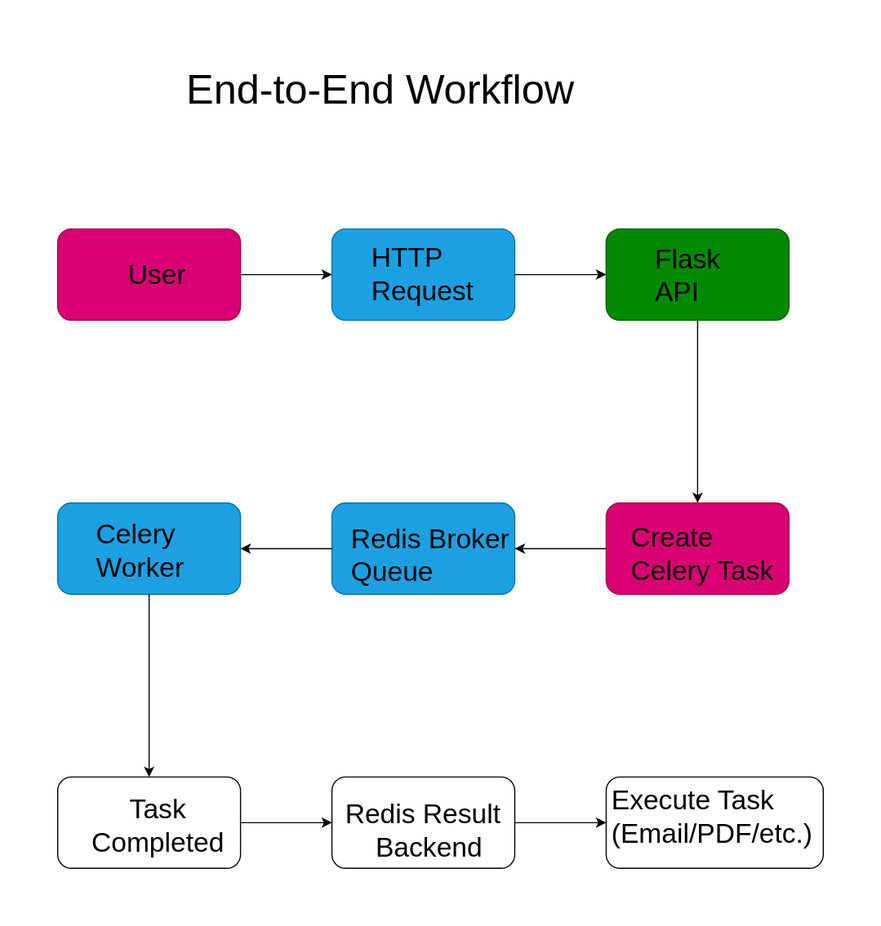
The draw.io diagram Lab/Lab_1/image/End-to-End Workflow.drawio.svg in iftakhar-323/lab, before a commit. Source tidied: cells renumbered, new cells last; positions are measured from the earlier drawing's top-left corner, leaving out a move shared by most shapes.
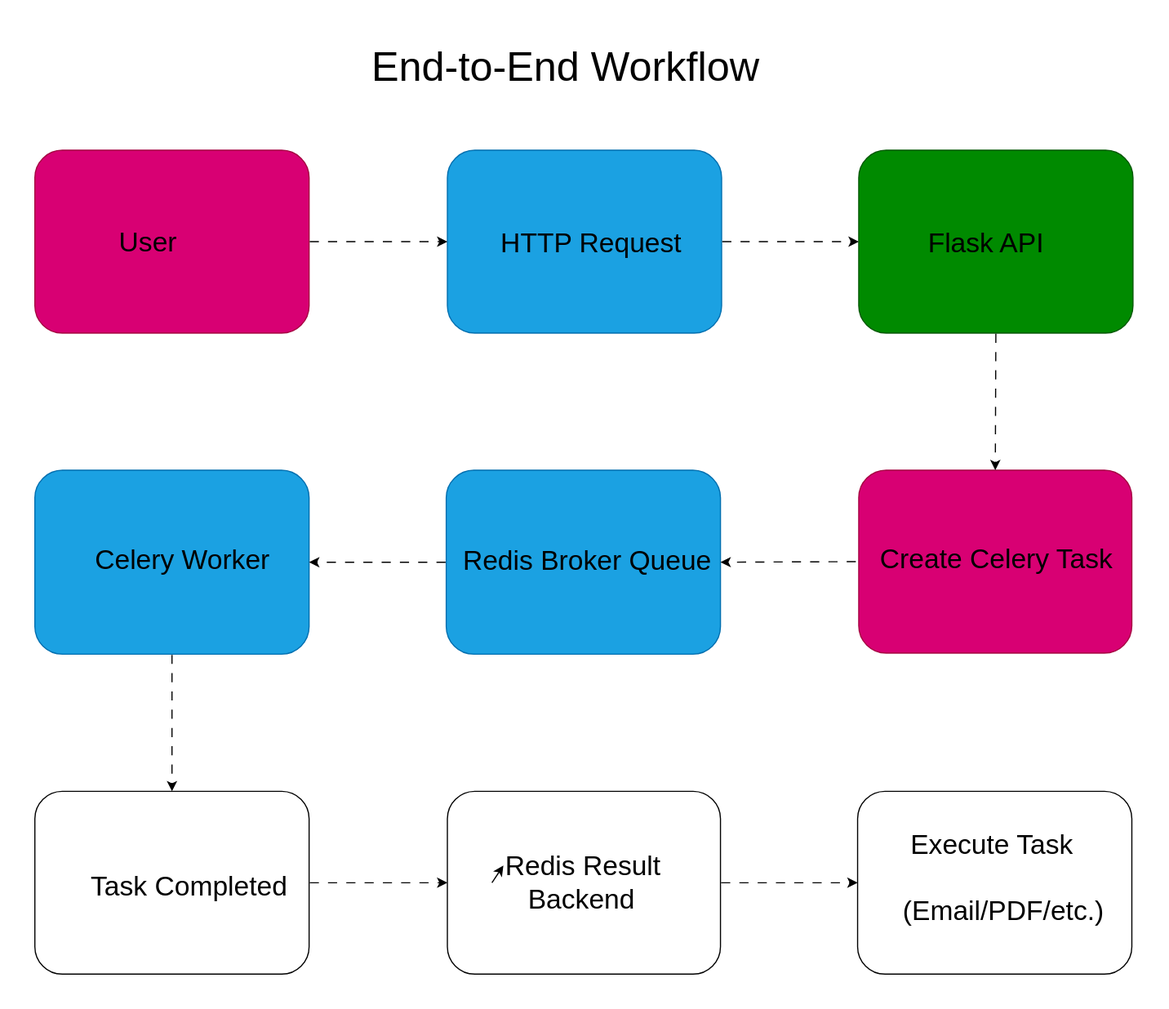
Above is the later version.

What changed in the source:
```diff
@@ -2,102 +2,93 @@
   <root>
     <mxCell id="0" />
     <mxCell id="1" parent="0" />
-    <mxCell id="2" style="rounded=1;whiteSpace=wrap;html=1;fillColor=#d80073;fontColor=#ffffff;strokeColor=#A50040;" parent="1" vertex="1">
-      <mxGeometry y="150" width="160" height="80" as="geometry" />
-    </mxCell>
-    <mxCell id="3" style="rounded=1;whiteSpace=wrap;html=1;fillColor=#008a00;fontColor=#ffffff;strokeColor=#005700;" parent="1" vertex="1">
-      <mxGeometry x="480" y="150" width="160" height="80" as="geometry" />
-    </mxCell>
-    <mxCell id="4" style="rounded=1;whiteSpace=wrap;html=1;fillColor=#1ba1e2;fontColor=#ffffff;strokeColor=#006EAF;" parent="1" vertex="1">
-      <mxGeometry x="240" y="150" width="160" height="80" as="geometry" />
-    </mxCell>
-    <mxCell id="5" style="rounded=1;whiteSpace=wrap;html=1;fillColor=#d80073;fontColor=#ffffff;strokeColor=#A50040;" parent="1" vertex="1">
-      <mxGeometry x="480" y="390" width="160" height="80" as="geometry" />
-    </mxCell>
-    <mxCell id="6" style="rounded=1;whiteSpace=wrap;html=1;fillColor=light-dark(#FFFFFF,#FF66B3);" parent="1" vertex="1">
-      <mxGeometry x="480" y="630" width="190" height="80" as="geometry" />
-    </mxCell>
-    <mxCell id="7" style="rounded=1;whiteSpace=wrap;html=1;fillColor=light-dark(#FFFFFF,#FF6666);" parent="1" vertex="1">
-      <mxGeometry x="240" y="630" width="160" height="80" as="geometry" />
-    </mxCell>
-    <mxCell id="8" style="rounded=1;whiteSpace=wrap;html=1;fillColor=light-dark(#FFFFFF,#9AC7BF);" parent="1" vertex="1">
-      <mxGeometry y="630" width="160" height="80" as="geometry" />
-    </mxCell>
-    <mxCell id="9" style="rounded=1;whiteSpace=wrap;html=1;fillColor=#1ba1e2;fontColor=#ffffff;strokeColor=#006EAF;" parent="1" vertex="1">
-      <mxGeometry y="390" width="160" height="80" as="geometry" />
-    </mxCell>
-    <mxCell id="10" style="rounded=1;whiteSpace=wrap;html=1;fillColor=#1ba1e2;fontColor=#ffffff;strokeColor=#006EAF;" parent="1" vertex="1">
-      <mxGeometry x="240" y="390" width="160" height="80" as="geometry" />
-    </mxCell>
+    <mxCell id="29" style="rounded=1;whiteSpace=wrap;html=1;fillColor=light-dark(#D80073,#CCFFFF);fontColor=#ffffff;strokeColor=#A50040;" parent="1" vertex="1">
+      <mxGeometry y="29" width="240" height="160" as="geometry" />
+    </mxCell>
+    <mxCell id="30" style="rounded=1;whiteSpace=wrap;html=1;fillColor=light-dark(#008A00,#CCFFFF);fontColor=#ffffff;strokeColor=#005700;" parent="1" vertex="1">
+      <mxGeometry x="721" y="29" width="240" height="160" as="geometry" />
+    </mxCell>
+    <mxCell id="31" style="rounded=1;whiteSpace=wrap;html=1;fillColor=light-dark(#1BA1E2,#CCFFFF);fontColor=#ffffff;strokeColor=#006EAF;" parent="1" vertex="1">
+      <mxGeometry x="361" y="29" width="240" height="160" as="geometry" />
+    </mxCell>
+    <mxCell id="32" style="rounded=1;whiteSpace=wrap;html=1;fillColor=light-dark(#D80073,#CCFFFF);fontColor=#ffffff;strokeColor=#A50040;" parent="1" vertex="1">
+      <mxGeometry x="721" y="309" width="239" height="160" as="geometry" />
+    </mxCell>
+    <mxCell id="33" style="rounded=1;whiteSpace=wrap;html=1;fillColor=light-dark(#FFFFFF,#CCFFFF);" parent="1" vertex="1">
+      <mxGeometry x="720" y="590" width="240" height="160" as="geometry" />
+    </mxCell>
+    <mxCell id="34" style="rounded=1;whiteSpace=wrap;html=1;fillColor=light-dark(#FFFFFF,#CCFFFF);" parent="1" vertex="1">
+      <mxGeometry x="361" y="590" width="239" height="160" as="geometry" />
+    </mxCell>
+    <mxCell id="35" style="rounded=1;whiteSpace=wrap;html=1;fillColor=light-dark(#FFFFFF,#CCFFFF);" parent="1" vertex="1">
+      <mxGeometry y="590" width="240" height="160" as="geometry" />
+    </mxCell>
+    <mxCell id="36" style="rounded=1;whiteSpace=wrap;html=1;fillColor=light-dark(#1BA1E2,#CCFFFF);fontColor=#ffffff;strokeColor=#006EAF;" parent="1" vertex="1">
+      <mxGeometry y="309" width="240" height="161" as="geometry" />
+    </mxCell>
+    <mxCell id="37" style="rounded=1;whiteSpace=wrap;html=1;fillColor=light-dark(#1BA1E2,#CCFFFF);fontColor=#ffffff;strokeColor=#006EAF;" parent="1" vertex="1">
+      <mxGeometry x="360" y="309" width="240" height="161" as="geometry" />
+    </mxCell>
     <mxCell id="11" value="&lt;font style=&quot;font-size: 36px;&quot;&gt;End-to-End Workflow&lt;/font&gt;" style="text;whiteSpace=wrap;html=1;" parent="1" vertex="1">
-      <mxGeometry x="111" width="480" height="40" as="geometry" />
+      <mxGeometry x="293" y="-72" width="480" height="40" as="geometry" />
     </mxCell>
-    <mxCell id="12" style="endArrow=classic;html=1;rounded=0;entryX=0;entryY=0.5;entryDx=0;entryDy=0;" parent="1" edge="1" target="4">
-      <mxGeometry relative="1" as="geometry">
-        <mxPoint x="160" y="190" as="sourcePoint" />
-      </mxGeometry>
-    </mxCell>
-    <mxCell id="13" style="endArrow=classic;html=1;rounded=0;entryX=0;entryY=0.5;entryDx=0;entryDy=0;" parent="1" edge="1" target="3">
-      <mxGeometry relative="1" as="geometry">
-        <mxPoint x="400" y="190" as="sourcePoint" />
-      </mxGeometry>
-    </mxCell>
-    <mxCell id="14" style="endArrow=classic;html=1;rounded=0;entryX=0.5;entryY=0;entryDx=0;entryDy=0;" parent="1" edge="1" target="5">
-      <mxGeometry relative="1" as="geometry">
-        <mxPoint x="560" y="230" as="sourcePoint" />
-      </mxGeometry>
-    </mxCell>
-    <mxCell id="15" style="endArrow=classic;html=1;rounded=0;" parent="1" edge="1" target="10">
-      <mxGeometry relative="1" as="geometry">
-        <mxPoint x="480" y="430" as="sourcePoint" />
-      </mxGeometry>
-    </mxCell>
-    <mxCell id="16" style="endArrow=classic;html=1;rounded=0;entryX=1;entryY=0.5;entryDx=0;entryDy=0;" parent="1" edge="1" target="9">
-      <mxGeometry relative="1" as="geometry">
-        <mxPoint x="240" y="430" as="sourcePoint" />
-      </mxGeometry>
-    </mxCell>
-    <mxCell id="17" style="endArrow=classic;html=1;rounded=0;" parent="1" edge="1" target="8">
-      <mxGeometry relative="1" as="geometry">
-        <mxPoint x="80" y="470" as="sourcePoint" />
-      </mxGeometry>
-    </mxCell>
-    <mxCell id="18" style="endArrow=classic;html=1;rounded=0;entryX=0;entryY=0.5;entryDx=0;entryDy=0;" parent="1" edge="1" target="7">
-      <mxGeometry relative="1" as="geometry">
-        <mxPoint x="160" y="670" as="sourcePoint" />
-      </mxGeometry>
-    </mxCell>
-    <mxCell id="19" style="endArrow=classic;html=1;rounded=0;entryX=0;entryY=0.5;entryDx=0;entryDy=0;" parent="1" edge="1" target="6">
-      <mxGeometry relative="1" as="geometry">
-        <mxPoint x="400" y="670" as="sourcePoint" />
-      </mxGeometry>
-    </mxCell>
+    <mxCell id="38" style="endArrow=classic;html=1;rounded=0;exitX=1;exitY=0.5;exitDx=0;exitDy=0;entryX=0;entryY=0.5;entryDx=0;entryDy=0;flowAnimation=1;" parent="1" edge="1" source="29" target="31">
+      <mxGeometry relative="1" as="geometry" />
+    </mxCell>
+    <mxCell id="39" style="endArrow=classic;html=1;rounded=0;entryX=0;entryY=0.5;entryDx=0;entryDy=0;exitX=1;exitY=0.5;exitDx=0;exitDy=0;flowAnimation=1;" parent="1" edge="1" source="31" target="30">
+      <mxGeometry relative="1" as="geometry" />
+    </mxCell>
+    <mxCell id="40" style="endArrow=classic;html=1;rounded=0;entryX=0.5;entryY=0;entryDx=0;entryDy=0;exitX=0.5;exitY=1;exitDx=0;exitDy=0;flowAnimation=1;" parent="1" edge="1" source="30" target="32">
+      <mxGeometry relative="1" as="geometry" />
+    </mxCell>
+    <mxCell id="41" style="endArrow=classic;html=1;rounded=0;entryX=1;entryY=0.5;entryDx=0;entryDy=0;flowAnimation=1;" parent="1" edge="1" target="37">
+      <mxGeometry relative="1" as="geometry">
+        <mxPoint x="719" y="389" as="sourcePoint" />
+      </mxGeometry>
+    </mxCell>
+    <mxCell id="42" style="endArrow=classic;html=1;rounded=0;entryX=1;entryY=0.5;entryDx=0;entryDy=0;exitX=0;exitY=0.5;exitDx=0;exitDy=0;flowAnimation=1;" parent="1" edge="1" source="37" target="36">
+      <mxGeometry relative="1" as="geometry" />
+    </mxCell>
+    <mxCell id="43" style="endArrow=classic;html=1;rounded=0;exitX=0.5;exitY=1;exitDx=0;exitDy=0;flowAnimation=1;" parent="1" edge="1" source="36" target="35">
+      <mxGeometry relative="1" as="geometry" />
+    </mxCell>
+    <mxCell id="44" style="endArrow=classic;html=1;rounded=0;entryX=0;entryY=0.5;entryDx=0;entryDy=0;exitX=1;exitY=0.5;exitDx=0;exitDy=0;flowAnimation=1;" parent="1" edge="1" source="35" target="34">
+      <mxGeometry relative="1" as="geometry" />
+    </mxCell>
+    <mxCell id="45" style="endArrow=classic;html=1;rounded=0;entryX=0;entryY=0.5;entryDx=0;entryDy=0;exitX=1;exitY=0.5;exitDx=0;exitDy=0;flowAnimation=1;" parent="1" edge="1" source="34" target="33">
+      <mxGeometry relative="1" as="geometry" />
+    </mxCell>
-    <mxCell id="20" value="&lt;font style=&quot;font-size: 24px;&quot;&gt;User&lt;/font&gt;" style="text;whiteSpace=wrap;html=1;" parent="1" vertex="1">
-      <mxGeometry x="60" y="170" width="60" height="40" as="geometry" />
+    <mxCell id="20" value="&lt;font style=&quot;font-size: 24px; color: light-dark(rgb(0, 0, 0), rgb(0, 0, 0));&quot;&gt;User&lt;/font&gt;" style="text;whiteSpace=wrap;html=1;" parent="1" vertex="1">
+      <mxGeometry x="72" y="89" width="60" height="40" as="geometry" />
     </mxCell>
-    <mxCell id="21" value="&lt;font style=&quot;font-size: 24px;&quot;&gt;HTTP Request&lt;/font&gt;" style="text;whiteSpace=wrap;html=1;" parent="1" vertex="1">
-      <mxGeometry x="273" y="155" width="139" height="40" as="geometry" />
+    <mxCell id="21" value="&lt;font style=&quot;font-size: 24px; color: light-dark(rgb(0, 0, 0), rgb(0, 0, 0));&quot;&gt;HTTP Request&lt;/font&gt;" style="text;whiteSpace=wrap;html=1;" parent="1" vertex="1">
+      <mxGeometry x="406" y="90" width="200" height="40" as="geometry" />
     </mxCell>
-    <mxCell id="22" value="&lt;font style=&quot;font-size: 24px;&quot;&gt;Flask API&lt;/font&gt;" style="text;whiteSpace=wrap;html=1;" parent="1" vertex="1">
-      <mxGeometry x="521" y="156" width="90" height="40" as="geometry" />
+    <mxCell id="22" value="&lt;font style=&quot;font-size: 24px; color: light-dark(rgb(0, 0, 0), rgb(0, 0, 0));&quot;&gt;Flask API&lt;/font&gt;" style="text;whiteSpace=wrap;html=1;" parent="1" vertex="1">
+      <mxGeometry x="780" y="90" width="130" height="40" as="geometry" />
     </mxCell>
-    <mxCell id="23" value="&lt;font style=&quot;font-size: 24px;&quot;&gt;Redis Broker Queue&lt;/font&gt;" style="text;whiteSpace=wrap;html=1;" parent="1" vertex="1">
-      <mxGeometry x="255" y="401" width="155" height="40" as="geometry" />
+    <mxCell id="23" value="&lt;font style=&quot;font-size: 24px; color: light-dark(rgb(0, 0, 0), rgb(0, 0, 0));&quot;&gt;Redis Broker Queue&lt;/font&gt;" style="text;whiteSpace=wrap;html=1;" parent="1" vertex="1">
+      <mxGeometry x="373" y="368" width="241" height="40" as="geometry" />
     </mxCell>
-    <mxCell id="24" value="&lt;font style=&quot;font-size: 24px;&quot;&gt;Create Celery Task&lt;/font&gt;" style="text;whiteSpace=wrap;html=1;" parent="1" vertex="1">
-      <mxGeometry x="500" y="400" width="140" height="40" as="geometry" />
+    <mxCell id="24" value="&lt;font style=&quot;font-size: 24px; color: light-dark(rgb(0, 0, 0), rgb(0, 0, 0));&quot;&gt;Create Celery Task&lt;/font&gt;" style="text;whiteSpace=wrap;html=1;" parent="1" vertex="1">
+      <mxGeometry x="738" y="366" width="220" height="40" as="geometry" />
     </mxCell>
-    <mxCell id="25" value="&lt;font style=&quot;font-size: 24px;&quot;&gt;Execute Task&lt;br&gt;      (Email/PDF/etc.)&lt;/font&gt;" style="text;whiteSpace=wrap;html=1;" parent="1" vertex="1">
-      <mxGeometry x="483" y="630" width="120" height="50" as="geometry" />
+    <mxCell id="25" value="&lt;font style=&quot;font-size: 24px; color: light-dark(rgb(0, 0, 0), rgb(0, 0, 0));&quot;&gt;&amp;nbsp;Execute Task&lt;/font&gt;&lt;div&gt;&lt;font style=&quot;font-size: 24px; color: light-dark(rgb(0, 0, 0), rgb(0, 0, 0));&quot;&gt;&lt;br&gt;      (Email/PDF/etc.)&lt;/font&gt;&lt;/div&gt;" style="text;whiteSpace=wrap;html=1;" parent="1" vertex="1">
+      <mxGeometry x="758" y="616" width="155" height="50" as="geometry" />
     </mxCell>
-    <mxCell id="26" value="&lt;font style=&quot;font-size: 24px;&quot;&gt;Redis Result&amp;nbsp; &amp;nbsp; &amp;nbsp; Backend&lt;/font&gt;" style="text;whiteSpace=wrap;html=1;" parent="1" vertex="1">
-      <mxGeometry x="250" y="642" width="150" height="40" as="geometry" />
-    </mxCell>
-    <mxCell id="27" value="&lt;font style=&quot;font-size: 24px;&quot;&gt;&amp;nbsp; &amp;nbsp; &amp;nbsp;Task Completed&lt;/font&gt;" style="text;whiteSpace=wrap;html=1;" parent="1" vertex="1">
-      <mxGeometry x="28" y="638" width="120" height="40" as="geometry" />
+    <mxCell id="27" value="&lt;font style=&quot;font-size: 24px; color: light-dark(rgb(0, 0, 0), rgb(0, 0, 0));&quot;&gt;&amp;nbsp; &amp;nbsp; &amp;nbsp;Task Completed&lt;/font&gt;" style="text;whiteSpace=wrap;html=1;" parent="1" vertex="1">
+      <mxGeometry x="14" y="653" width="212" height="40" as="geometry" />
     </mxCell>
-    <mxCell id="28" value="&lt;font style=&quot;font-size: 24px;&quot;&gt;Celery Worker&lt;/font&gt;" style="text;whiteSpace=wrap;html=1;" parent="1" vertex="1">
-      <mxGeometry x="32" y="397" width="140" height="40" as="geometry" />
+    <mxCell id="28" value="&lt;font style=&quot;font-size: 24px; color: light-dark(rgb(0, 0, 0), rgb(0, 0, 0));&quot;&gt;Celery Worker&lt;/font&gt;" style="text;whiteSpace=wrap;html=1;" parent="1" vertex="1">
+      <mxGeometry x="51" y="367" width="190" height="40" as="geometry" />
     </mxCell>
+    <mxCell id="46" style="endArrow=classic;html=1;rounded=0;entryX=0;entryY=0.5;entryDx=0;entryDy=0;" parent="1" edge="1" target="26">
+      <mxGeometry relative="1" as="geometry">
+        <mxPoint x="400" y="670" as="sourcePoint" />
+      </mxGeometry>
+    </mxCell>
+    <mxCell id="26" value="&lt;font style=&quot;font-size: 24px; color: light-dark(rgb(0, 0, 0), rgb(0, 0, 0));&quot;&gt;Redis Result&amp;nbsp;&lt;/font&gt;&lt;div&gt;&lt;font style=&quot;font-size: 24px; color: light-dark(rgb(0, 0, 0), rgb(0, 0, 0));&quot;&gt;&amp;nbsp; &amp;nbsp;Backend&lt;/font&gt;&lt;/div&gt;" style="text;whiteSpace=wrap;html=1;" parent="1" vertex="1">
+      <mxGeometry x="410" y="635" width="170" height="40" as="geometry" />
+    </mxCell>
   </root>
 </mxGraphModel>
```
